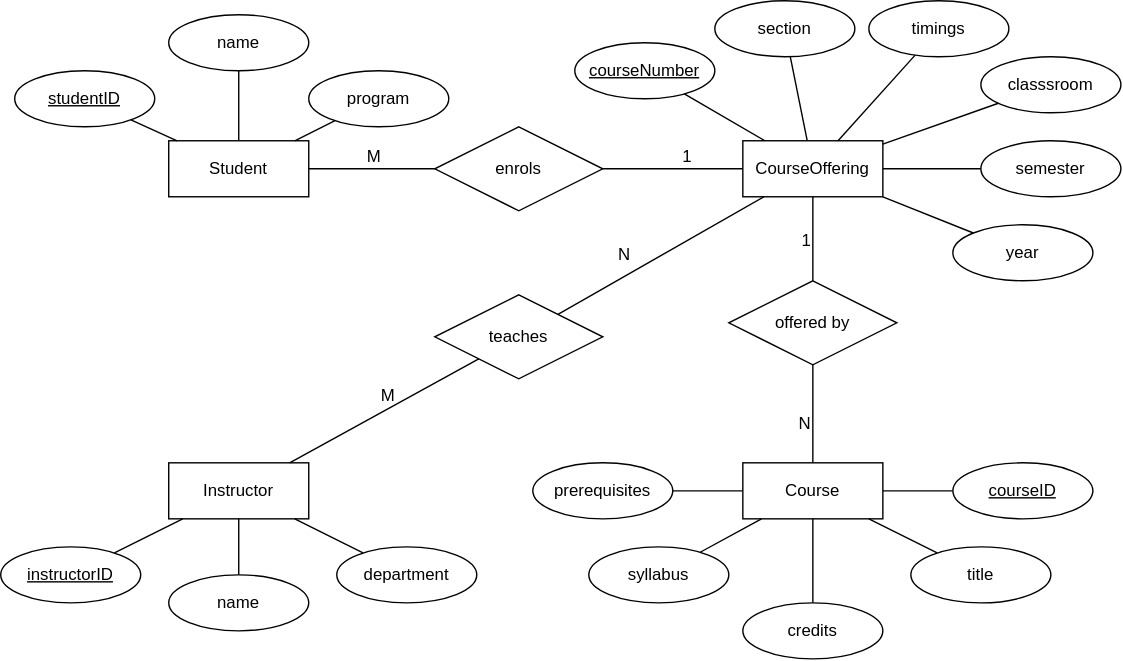
Above: Q4.svg in thewecas/pws-sql (draw.io), before the change. Source tidied: cells renumbered, new cells last; positions are measured from the earlier drawing's top-left corner, leaving out a move shared by most shapes. Its diagram source:
```xml
<mxGraphModel>
  <root>
    <mxCell id="0" />
    <mxCell id="1" parent="0" />
    <mxCell id="2" value="CourseOffering" style="whiteSpace=wrap;html=1;align=center;" parent="1" vertex="1">
      <mxGeometry x="530" y="100" width="100" height="40" as="geometry" />
    </mxCell>
    <mxCell id="3" value="courseNumber" style="ellipse;whiteSpace=wrap;html=1;align=center;fontStyle=4;" parent="1" vertex="1">
      <mxGeometry x="410" y="30" width="100" height="40" as="geometry" />
    </mxCell>
    <mxCell id="4" value="year" style="ellipse;whiteSpace=wrap;html=1;align=center;" parent="1" vertex="1">
      <mxGeometry x="680" y="160" width="100" height="40" as="geometry" />
    </mxCell>
    <mxCell id="5" value="semester" style="ellipse;whiteSpace=wrap;html=1;align=center;" parent="1" vertex="1">
      <mxGeometry x="700" y="100" width="100" height="40" as="geometry" />
    </mxCell>
    <mxCell id="6" value="section" style="ellipse;whiteSpace=wrap;html=1;align=center;" parent="1" vertex="1">
      <mxGeometry x="510" width="100" height="40" as="geometry" />
    </mxCell>
    <mxCell id="7" value="timings" style="ellipse;whiteSpace=wrap;html=1;align=center;" parent="1" vertex="1">
      <mxGeometry x="620" width="100" height="40" as="geometry" />
    </mxCell>
    <mxCell id="8" value="classsroom" style="ellipse;whiteSpace=wrap;html=1;align=center;" parent="1" vertex="1">
      <mxGeometry x="700" y="40" width="100" height="40" as="geometry" />
    </mxCell>
    <mxCell id="9" style="endArrow=none;html=1;rounded=0;" parent="1" edge="1" source="2" target="8">
      <mxGeometry relative="1" as="geometry" />
    </mxCell>
    <mxCell id="10" style="endArrow=none;html=1;rounded=0;" parent="1" edge="1" source="2" target="7">
      <mxGeometry relative="1" as="geometry" />
    </mxCell>
    <mxCell id="11" style="endArrow=none;html=1;rounded=0;" parent="1" edge="1" source="6" target="2">
      <mxGeometry relative="1" as="geometry" />
    </mxCell>
    <mxCell id="12" style="endArrow=none;html=1;rounded=0;" parent="1" edge="1" source="2" target="5">
      <mxGeometry relative="1" as="geometry" />
    </mxCell>
    <mxCell id="13" style="endArrow=none;html=1;rounded=0;" parent="1" edge="1" source="2" target="4">
      <mxGeometry relative="1" as="geometry" />
    </mxCell>
    <mxCell id="14" style="endArrow=none;html=1;rounded=0;" parent="1" edge="1" source="3" target="2">
      <mxGeometry relative="1" as="geometry" />
    </mxCell>
    <mxCell id="15" value="Student" style="whiteSpace=wrap;html=1;align=center;" parent="1" vertex="1">
      <mxGeometry x="120" y="100" width="100" height="40" as="geometry" />
    </mxCell>
    <mxCell id="16" value="studentID" style="ellipse;whiteSpace=wrap;html=1;align=center;fontStyle=4;" parent="1" vertex="1">
      <mxGeometry x="10" y="50" width="100" height="40" as="geometry" />
    </mxCell>
    <mxCell id="17" value="name" style="ellipse;whiteSpace=wrap;html=1;align=center;" parent="1" vertex="1">
      <mxGeometry x="120" y="10" width="100" height="40" as="geometry" />
    </mxCell>
    <mxCell id="18" value="program" style="ellipse;whiteSpace=wrap;html=1;align=center;" parent="1" vertex="1">
      <mxGeometry x="220" y="50" width="100" height="40" as="geometry" />
    </mxCell>
    <mxCell id="19" style="endArrow=none;html=1;rounded=0;" parent="1" edge="1" source="18" target="15">
      <mxGeometry relative="1" as="geometry" />
    </mxCell>
    <mxCell id="20" style="endArrow=none;html=1;rounded=0;" parent="1" edge="1" source="15" target="17">
      <mxGeometry relative="1" as="geometry" />
    </mxCell>
    <mxCell id="21" style="endArrow=none;html=1;rounded=0;" parent="1" edge="1" source="15" target="16">
      <mxGeometry relative="1" as="geometry" />
    </mxCell>
    <mxCell id="22" value="Instructor" style="whiteSpace=wrap;html=1;align=center;" parent="1" vertex="1">
      <mxGeometry x="120" y="330" width="100" height="40" as="geometry" />
    </mxCell>
    <mxCell id="23" value="instructorID" style="ellipse;whiteSpace=wrap;html=1;align=center;fontStyle=4;" parent="1" vertex="1">
      <mxGeometry y="390" width="100" height="40" as="geometry" />
    </mxCell>
    <mxCell id="24" value="name" style="ellipse;whiteSpace=wrap;html=1;align=center;" parent="1" vertex="1">
      <mxGeometry x="120" y="410" width="100" height="40" as="geometry" />
    </mxCell>
    <mxCell id="25" value="department" style="ellipse;whiteSpace=wrap;html=1;align=center;" parent="1" vertex="1">
      <mxGeometry x="240" y="390" width="100" height="40" as="geometry" />
    </mxCell>
    <mxCell id="26" style="endArrow=none;html=1;rounded=0;" parent="1" edge="1" source="24" target="22">
      <mxGeometry relative="1" as="geometry" />
    </mxCell>
    <mxCell id="27" style="endArrow=none;html=1;rounded=0;" parent="1" edge="1" source="25" target="22">
      <mxGeometry relative="1" as="geometry" />
    </mxCell>
    <mxCell id="28" style="endArrow=none;html=1;rounded=0;" parent="1" edge="1" source="23" target="22">
      <mxGeometry relative="1" as="geometry" />
    </mxCell>
    <mxCell id="29" value="enrols" style="shape=rhombus;perimeter=rhombusPerimeter;whiteSpace=wrap;html=1;align=center;" parent="1" vertex="1">
      <mxGeometry x="310" y="90" width="120" height="60" as="geometry" />
    </mxCell>
    <mxCell id="30" style="endArrow=none;html=1;rounded=0;" parent="1" edge="1" source="15" target="29">
      <mxGeometry relative="1" as="geometry" />
    </mxCell>
    <mxCell id="31" value="M" style="html=1;whiteSpace=wrap;align=left;verticalAlign=bottom;" parent="30" vertex="1">
      <mxGeometry x="-1" relative="1" as="geometry">
        <mxPoint x="40" as="offset" />
      </mxGeometry>
    </mxCell>
    <mxCell id="32" style="endArrow=none;html=1;rounded=0;" parent="1" edge="1" source="29" target="2">
      <mxGeometry relative="1" as="geometry" />
    </mxCell>
    <mxCell id="33" value="1" style="html=1;whiteSpace=wrap;align=right;verticalAlign=bottom;" parent="32" vertex="1">
      <mxGeometry x="1" relative="1" as="geometry">
        <mxPoint x="-35" as="offset" />
      </mxGeometry>
    </mxCell>
    <mxCell id="34" value="offered by" style="shape=rhombus;perimeter=rhombusPerimeter;whiteSpace=wrap;html=1;align=center;" parent="1" vertex="1">
      <mxGeometry x="520" y="200" width="120" height="60" as="geometry" />
    </mxCell>
    <mxCell id="35" value="Course" style="whiteSpace=wrap;html=1;align=center;" parent="1" vertex="1">
      <mxGeometry x="530" y="330" width="100" height="40" as="geometry" />
    </mxCell>
    <mxCell id="36" value="courseID" style="ellipse;whiteSpace=wrap;html=1;align=center;fontStyle=4;" parent="1" vertex="1">
      <mxGeometry x="680" y="330" width="100" height="40" as="geometry" />
    </mxCell>
    <mxCell id="37" value="title" style="ellipse;whiteSpace=wrap;html=1;align=center;" parent="1" vertex="1">
      <mxGeometry x="650" y="390" width="100" height="40" as="geometry" />
    </mxCell>
    <mxCell id="38" value="credits" style="ellipse;whiteSpace=wrap;html=1;align=center;" parent="1" vertex="1">
      <mxGeometry x="530" y="430" width="100" height="40" as="geometry" />
    </mxCell>
    <mxCell id="39" value="syllabus" style="ellipse;whiteSpace=wrap;html=1;align=center;" parent="1" vertex="1">
      <mxGeometry x="420" y="390" width="100" height="40" as="geometry" />
    </mxCell>
    <mxCell id="40" value="prerequisites" style="ellipse;whiteSpace=wrap;html=1;align=center;" parent="1" vertex="1">
      <mxGeometry x="380" y="330" width="100" height="40" as="geometry" />
    </mxCell>
    <mxCell id="41" style="endArrow=none;html=1;rounded=0;" parent="1" edge="1" source="39" target="35">
      <mxGeometry relative="1" as="geometry" />
    </mxCell>
    <mxCell id="42" style="endArrow=none;html=1;rounded=0;" parent="1" edge="1" source="37" target="35">
      <mxGeometry relative="1" as="geometry" />
    </mxCell>
    <mxCell id="43" style="endArrow=none;html=1;rounded=0;" parent="1" edge="1" source="38" target="35">
      <mxGeometry relative="1" as="geometry" />
    </mxCell>
    <mxCell id="44" style="endArrow=none;html=1;rounded=0;" parent="1" edge="1" source="40" target="35">
      <mxGeometry relative="1" as="geometry" />
    </mxCell>
    <mxCell id="45" style="endArrow=none;html=1;rounded=0;" parent="1" edge="1" source="36" target="35">
      <mxGeometry relative="1" as="geometry" />
    </mxCell>
    <mxCell id="46" style="endArrow=none;html=1;rounded=0;" parent="1" edge="1" source="34" target="35">
      <mxGeometry relative="1" as="geometry" />
    </mxCell>
    <mxCell id="47" value="N" style="html=1;whiteSpace=wrap;align=right;verticalAlign=bottom;" parent="46" vertex="1">
      <mxGeometry x="1" relative="1" as="geometry">
        <mxPoint y="-20" as="offset" />
      </mxGeometry>
    </mxCell>
    <mxCell id="48" style="endArrow=none;html=1;rounded=0;" parent="1" edge="1" source="2" target="34">
      <mxGeometry relative="1" as="geometry" />
    </mxCell>
    <mxCell id="49" value="1" style="html=1;whiteSpace=wrap;align=right;verticalAlign=bottom;" parent="48" vertex="1">
      <mxGeometry x="1" relative="1" as="geometry">
        <mxPoint y="-20" as="offset" />
      </mxGeometry>
    </mxCell>
    <mxCell id="50" value="teaches" style="shape=rhombus;perimeter=rhombusPerimeter;whiteSpace=wrap;html=1;align=center;" parent="1" vertex="1">
      <mxGeometry x="310" y="210" width="120" height="60" as="geometry" />
    </mxCell>
    <mxCell id="51" style="endArrow=none;html=1;rounded=0;" parent="1" edge="1" source="2" target="50">
      <mxGeometry relative="1" as="geometry" />
    </mxCell>
    <mxCell id="52" value="M" style="html=1;whiteSpace=wrap;align=left;verticalAlign=bottom;" parent="51" vertex="1">
      <mxGeometry x="-1" relative="1" as="geometry">
        <mxPoint x="-275" y="150" as="offset" />
      </mxGeometry>
    </mxCell>
    <mxCell id="53" style="endArrow=none;html=1;rounded=0;" parent="1" edge="1" source="22" target="50">
      <mxGeometry relative="1" as="geometry" />
    </mxCell>
    <mxCell id="54" value="N" style="html=1;whiteSpace=wrap;align=right;verticalAlign=bottom;" parent="53" vertex="1">
      <mxGeometry x="1" relative="1" as="geometry">
        <mxPoint x="109" y="-66" as="offset" />
      </mxGeometry>
    </mxCell>
  </root>
</mxGraphModel>
```
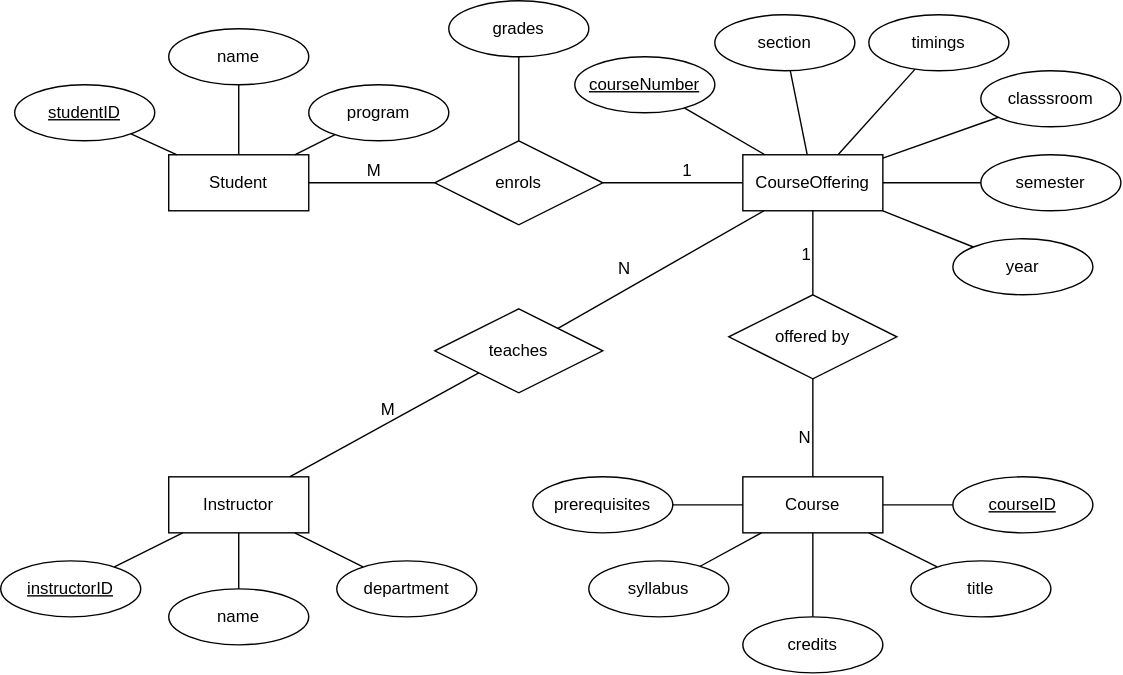
Above is the later version.

The edit, as a diff of the source:
```diff
@@ -173,5 +173,11 @@
         <mxPoint x="109" y="-66" as="offset" />
       </mxGeometry>
     </mxCell>
+    <mxCell id="55" value="grades" style="ellipse;whiteSpace=wrap;html=1;align=center;" parent="1" vertex="1">
+      <mxGeometry x="320" y="-10" width="100" height="40" as="geometry" />
+    </mxCell>
+    <mxCell id="56" style="endArrow=none;html=1;rounded=0;" parent="1" edge="1" source="29" target="55">
+      <mxGeometry relative="1" as="geometry" />
+    </mxCell>
   </root>
 </mxGraphModel>
```
